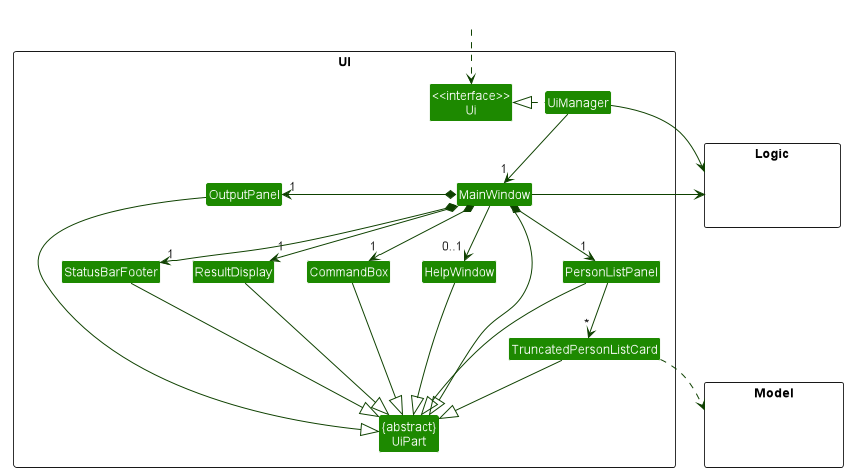
Above: docs/images/UiClassDiagram.png in nus-cs2103-AY2223S1/tp (PlantUML), before the change.
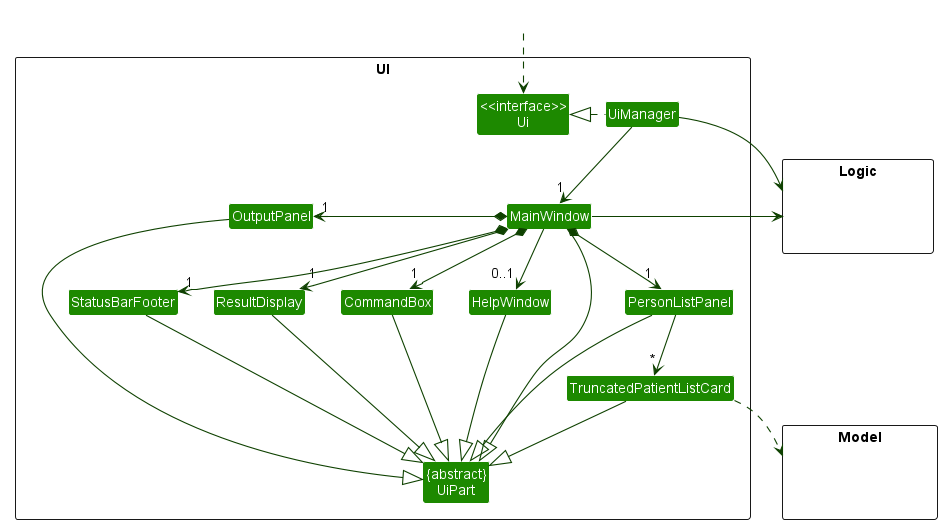
After the change.

The edit, as a diff of the source:
```diff
@@ -12,7 +12,7 @@
 Class HelpWindow
 Class ResultDisplay
 Class PersonListPanel
-Class TruncatedPersonListCard
+Class TruncatedPatientListCard
 Class StatusBarFooter
 Class CommandBox
 Class OutputPanel
@@ -39,7 +39,7 @@
 
 MainWindow --> "0..1" HelpWindow
 
-PersonListPanel -down-> "*" TruncatedPersonListCard
+PersonListPanel -down-> "*" TruncatedPatientListCard
 
 
 MainWindow -left-|> UiPart
@@ -47,12 +47,12 @@
 ResultDisplay --|> UiPart
 CommandBox --|> UiPart
 PersonListPanel --|> UiPart
-TruncatedPersonListCard --|> UiPart
+TruncatedPatientListCard --|> UiPart
 StatusBarFooter --|> UiPart
 HelpWindow --|> UiPart
 OutputPanel --|> UiPart
 
-TruncatedPersonListCard ..> Model
+TruncatedPatientListCard ..> Model
 UiManager -right-> Logic
 MainWindow -left-> Logic
 
```
